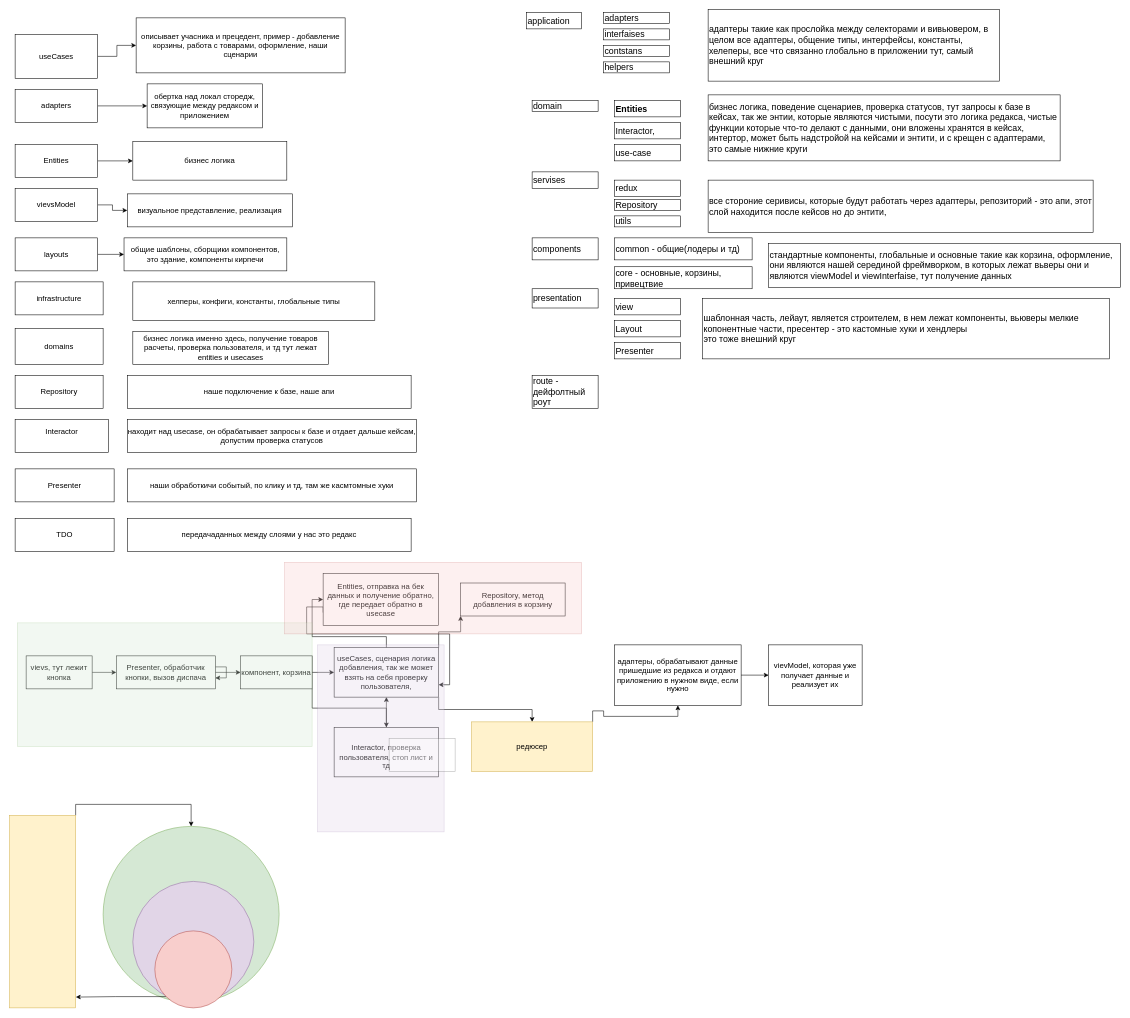
The draw.io diagram Untitled Diagram.drawio in mxxnseat/deliverycx, before the edit. Source tidied: cells renumbered, new cells numbered last; positions are measured from the earlier drawing's top-left corner, leaving out a move shared by most shapes. Both pictures are drawn from the tidied source at 55%, with x=0, y=0 at pixel (9, 9).
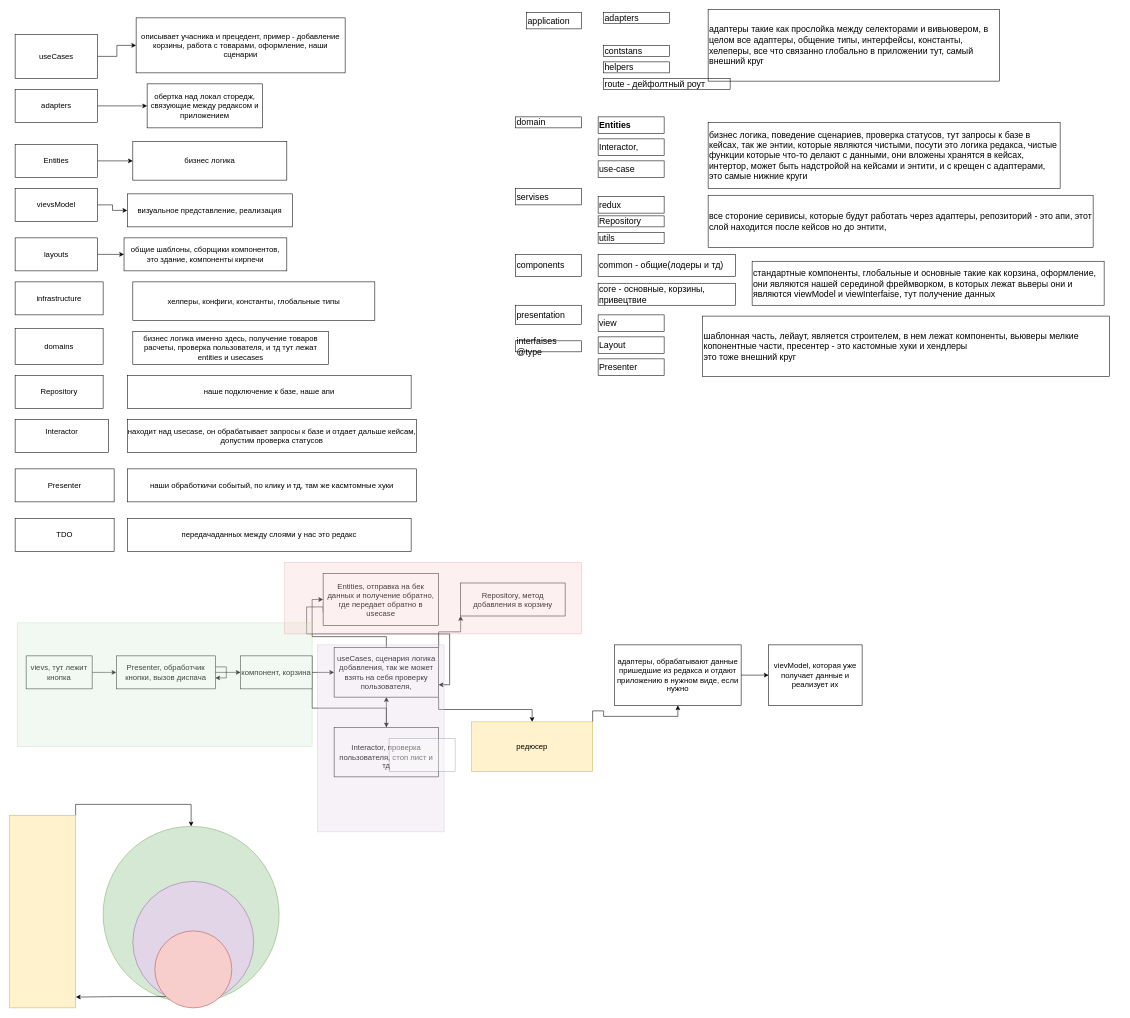
The same page after the edit.

Change to the diagram source:
```diff
@@
     <mxCell id="54" value="domain&amp;nbsp; " style="rounded=0;whiteSpace=wrap;html=1;fontSize=16;fillColor=none;align=left;" parent="1" vertex="1">
-      <mxGeometry x="950" y="165" width="120" height="20" as="geometry" />
+      <mxGeometry x="920" y="195" width="120" height="20" as="geometry" />
     </mxCell>
     <mxCell id="55" value="&lt;b&gt;Entities&lt;/b&gt;" style="rounded=0;whiteSpace=wrap;html=1;fontSize=16;fillColor=none;align=left;" parent="1" vertex="1">
-      <mxGeometry x="1100" y="165" width="120" height="30" as="geometry" />
+      <mxGeometry x="1070" y="195" width="120" height="30" as="geometry" />
     </mxCell>
     <mxCell id="56" value="Interactor," style="rounded=0;whiteSpace=wrap;html=1;fontSize=16;fillColor=none;align=left;" parent="1" vertex="1">
-      <mxGeometry x="1100" y="205" width="120" height="30" as="geometry" />
+      <mxGeometry x="1070" y="235" width="120" height="30" as="geometry" />
     </mxCell>
     <mxCell id="57" value="core - основные, корзины, привецтвие" style="rounded=0;whiteSpace=wrap;html=1;fontSize=16;fillColor=none;align=left;" parent="1" vertex="1">
-      <mxGeometry x="1100" y="467.5" width="250" height="40" as="geometry" />
+      <mxGeometry x="1070" y="497.5" width="250" height="40" as="geometry" />
     </mxCell>
     <mxCell id="58" value="servises" style="rounded=0;whiteSpace=wrap;html=1;fontSize=16;fillColor=none;align=left;" parent="1" vertex="1">
-      <mxGeometry x="950" y="295" width="120" height="30" as="geometry" />
+      <mxGeometry x="920" y="325" width="120" height="30" as="geometry" />
     </mxCell>
     <mxCell id="59" value="use-case" style="rounded=0;whiteSpace=wrap;html=1;fontSize=16;fillColor=none;align=left;" parent="1" vertex="1">
-      <mxGeometry x="1100" y="245" width="120" height="30" as="geometry" />
+      <mxGeometry x="1070" y="275" width="120" height="30" as="geometry" />
     </mxCell>
     <mxCell id="60" value="components" style="rounded=0;whiteSpace=wrap;html=1;fontSize=16;fillColor=none;align=left;" parent="1" vertex="1">
-      <mxGeometry x="950" y="415" width="120" height="40" as="geometry" />
+      <mxGeometry x="920" y="445" width="120" height="40" as="geometry" />
     </mxCell>
     <mxCell id="61" value="common - общие(лодеры и тд) " style="rounded=0;whiteSpace=wrap;html=1;fontSize=16;fillColor=none;align=left;" parent="1" vertex="1">
-      <mxGeometry x="1100" y="415" width="250" height="40" as="geometry" />
+      <mxGeometry x="1070" y="445" width="250" height="40" as="geometry" />
     </mxCell>
     <mxCell id="62" value="redux" style="rounded=0;whiteSpace=wrap;html=1;fontSize=16;fillColor=none;align=left;" parent="1" vertex="1">
-      <mxGeometry x="1100" y="310" width="120" height="30" as="geometry" />
+      <mxGeometry x="1070" y="340" width="120" height="30" as="geometry" />
     </mxCell>
     <mxCell id="63" value="presentation" style="rounded=0;whiteSpace=wrap;html=1;fontSize=16;fillColor=none;align=left;" parent="1" vertex="1">
-      <mxGeometry x="950" y="507.5" width="120" height="35" as="geometry" />
+      <mxGeometry x="920" y="537.5" width="120" height="35" as="geometry" />
     </mxCell>
     <mxCell id="64" value="view" style="rounded=0;whiteSpace=wrap;html=1;fontSize=16;fillColor=none;align=left;" parent="1" vertex="1">
-      <mxGeometry x="1100" y="525" width="120" height="30" as="geometry" />
+      <mxGeometry x="1070" y="555" width="120" height="30" as="geometry" />
     </mxCell>
     <mxCell id="65" value="Layout" style="rounded=0;whiteSpace=wrap;html=1;fontSize=16;fillColor=none;align=left;" parent="1" vertex="1">
-      <mxGeometry x="1100" y="565" width="120" height="30" as="geometry" />
+      <mxGeometry x="1070" y="595" width="120" height="30" as="geometry" />
     </mxCell>
     <mxCell id="66" value="Presenter" style="rounded=0;whiteSpace=wrap;html=1;fontSize=16;fillColor=none;align=left;" parent="1" vertex="1">
-      <mxGeometry x="1100" y="605" width="120" height="30" as="geometry" />
+      <mxGeometry x="1070" y="635" width="120" height="30" as="geometry" />
     </mxCell>
@@
-    <mxCell id="68" value="interfaises" style="rounded=0;whiteSpace=wrap;html=1;fontSize=16;fillColor=none;align=left;" parent="1" vertex="1">
-      <mxGeometry x="1080" y="35" width="120" height="20" as="geometry" />
+    <mxCell id="68" value="interfaises @type" style="rounded=0;whiteSpace=wrap;html=1;fontSize=16;fillColor=none;align=left;" parent="1" vertex="1">
+      <mxGeometry x="920" y="602.2" width="120" height="20" as="geometry" />
     </mxCell>
@@
     <mxCell id="71" value="Repository" style="rounded=0;whiteSpace=wrap;html=1;fontSize=16;fillColor=none;align=left;" parent="1" vertex="1">
-      <mxGeometry x="1100" y="345" width="120" height="20" as="geometry" />
+      <mxGeometry x="1070" y="375" width="120" height="20" as="geometry" />
     </mxCell>
     <mxCell id="72" value="utils" style="rounded=0;whiteSpace=wrap;html=1;fontSize=16;fillColor=none;align=left;" parent="1" vertex="1">
-      <mxGeometry x="1100" y="375" width="120" height="20" as="geometry" />
+      <mxGeometry x="1070" y="405" width="120" height="20" as="geometry" />
     </mxCell>
@@
     <mxCell id="74" value="бизнес логика, поведение сценариев, проверка статусов, тут запросы к базе в кейсах, так же энтии, которые являются чистыми, посути это логика редакса, чистые функции которые что-то делают с данными, они вложены хранятся в кейсах, интертор, может быть надстройой на кейсами и энтити, и с крещен с адаптерами, это самые нижние круги&amp;nbsp; " style="rounded=0;whiteSpace=wrap;html=1;fontSize=16;fillColor=none;align=left;" parent="1" vertex="1">
-      <mxGeometry x="1270" y="155" width="640" height="120" as="geometry" />
+      <mxGeometry x="1270" y="205" width="640" height="120" as="geometry" />
     </mxCell>
     <mxCell id="75" value="все стороние серивисы, которые будут работать через адаптеры, репозиторий - это апи, этот слой находится после кейсов но до энтити, " style="rounded=0;whiteSpace=wrap;html=1;fontSize=16;fillColor=none;align=left;" parent="1" vertex="1">
-      <mxGeometry x="1270" y="310" width="700" height="95" as="geometry" />
+      <mxGeometry x="1270" y="337.5" width="700" height="95" as="geometry" />
     </mxCell>
     <mxCell id="76" value="стандартные компоненты, глобальные и основные такие как корзина, оформление, они являются нашей серединой фреймворком, в которых лежат вьверы они и являются viewModel и viewInterfaise, тут получение данных" style="rounded=0;whiteSpace=wrap;html=1;fontSize=16;fillColor=none;align=left;" parent="1" vertex="1">
-      <mxGeometry x="1380" y="425" width="640" height="80" as="geometry" />
+      <mxGeometry x="1350" y="457.5" width="640" height="80" as="geometry" />
     </mxCell>
     <mxCell id="77" value="шаблонная часть, лейаут, является строителем, в нем лежат компоненты, вьюверы мелкие копонентные части, пресентер - это кастомные хуки и хендлеры&lt;br&gt;это тоже внешний круг" style="rounded=0;whiteSpace=wrap;html=1;fontSize=16;fillColor=none;align=left;" parent="1" vertex="1">
-      <mxGeometry x="1260" y="525" width="740" height="110" as="geometry" />
+      <mxGeometry x="1260" y="557.2" width="740" height="110" as="geometry" />
     </mxCell>
     <mxCell id="78" value="route - дейфолтный роут" style="rounded=0;whiteSpace=wrap;html=1;fontSize=16;fillColor=none;align=left;" parent="1" vertex="1">
-      <mxGeometry x="950" y="665" width="120" height="60" as="geometry" />
+      <mxGeometry x="1080" y="125" width="230" height="20" as="geometry" />
     </mxCell>
```
